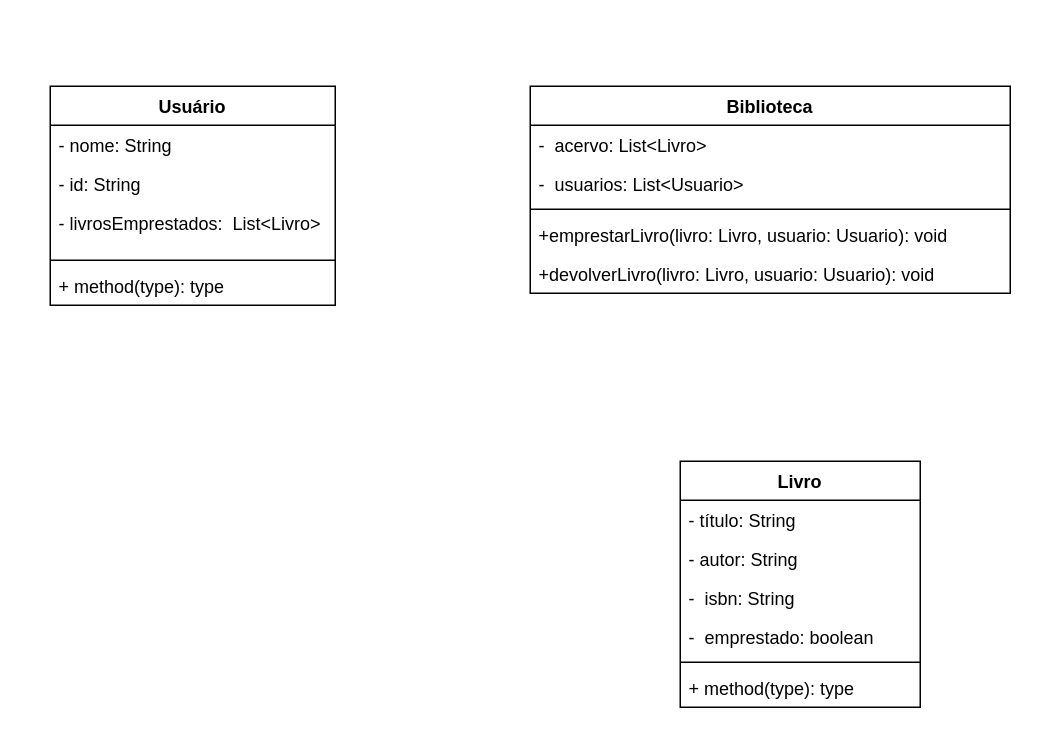
WFMONEIRO/TESTE keeps this draw.io diagram as Diagrama sem nome.drawio. Above is the earlier version. Source tidied: cells renumbered, new cells numbered last; positions are measured from the earlier drawing's top-left corner, leaving out a move shared by most shapes. Both pictures are drawn from the tidied source at 150%, with x=0, y=0 at pixel (50, 86).
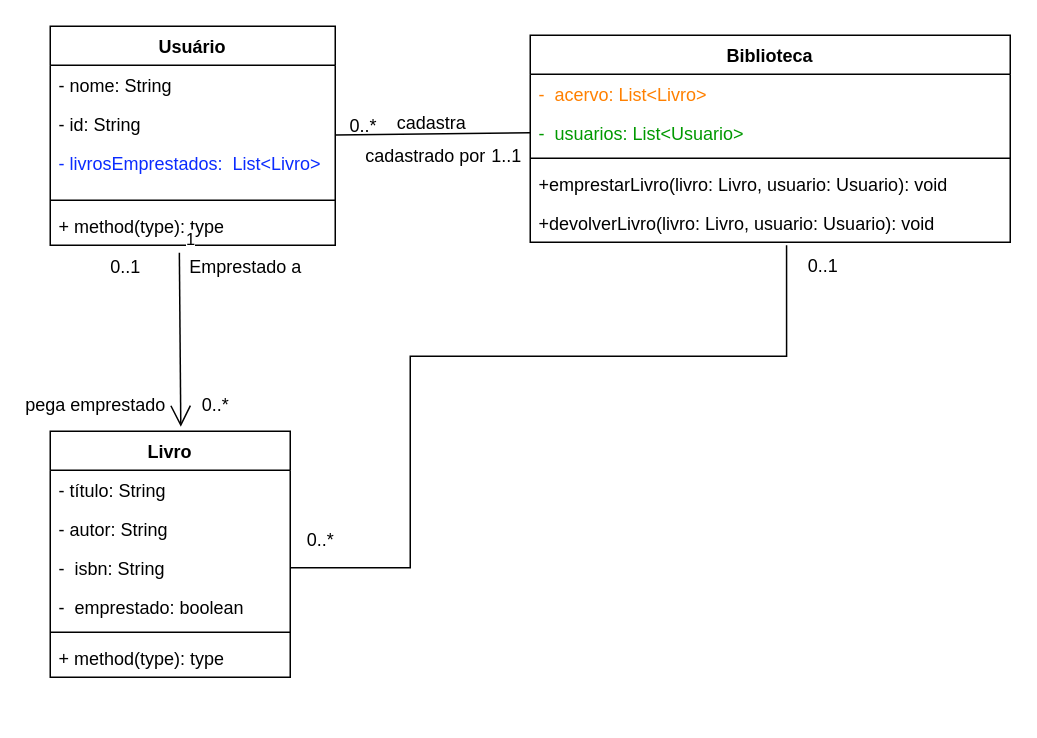
The same page after the edit.

Commit message:
Biblioteca poo

Unchanged cells that the change refers to:
```xml
<mxCell id="7" value="+ method(type): type" style="text;strokeColor=none;fillColor=none;align=left;verticalAlign=top;spacingLeft=4;spacingRight=4;overflow=hidden;points=[[0,0.5],[1,0.5]];portConstraint=eastwest;whiteSpace=wrap;html=1;" parent="2" vertex="1">
  <mxGeometry y="120" width="190" height="26" as="geometry" />
</mxCell>
<mxCell id="13" value="+devolverLivro(livro: Livro, usuario: Usuario): void" style="text;strokeColor=none;fillColor=none;align=left;verticalAlign=top;spacingLeft=4;spacingRight=4;overflow=hidden;points=[[0,0.5],[1,0.5]];portConstraint=eastwest;whiteSpace=wrap;html=1;" parent="8" vertex="1">
  <mxGeometry y="112" width="320" height="26" as="geometry" />
</mxCell>
<mxCell id="17" value="-&amp;nbsp; isbn: String" style="text;strokeColor=none;fillColor=none;align=left;verticalAlign=top;spacingLeft=4;spacingRight=4;overflow=hidden;points=[[0,0.5],[1,0.5]];portConstraint=eastwest;whiteSpace=wrap;html=1;" parent="14" vertex="1">
  <mxGeometry y="78" width="160" height="26" as="geometry" />
</mxCell>
```

The edit, as a diff of the source:
```diff
@@
     <mxCell id="2" value="Usuário" style="swimlane;fontStyle=1;align=center;verticalAlign=top;horizontal=1;startSize=26;whiteSpace=wrap;html=1;" parent="1" vertex="1">
-      <mxGeometry width="190" height="146" as="geometry" />
+      <mxGeometry y="-40" width="190" height="146" as="geometry" />
     </mxCell>
@@
-    <mxCell id="5" value="- livrosEmprestados:&amp;nbsp; List&amp;lt;Livro&amp;gt;" style="text;strokeColor=none;fillColor=none;align=left;verticalAlign=top;spacingLeft=4;spacingRight=4;overflow=hidden;whiteSpace=wrap;html=1;" parent="2" vertex="1">
+    <mxCell id="5" value="- livrosEmprestados:&amp;nbsp; List&amp;lt;Livro&amp;gt;" style="text;align=left;verticalAlign=top;spacingLeft=4;spacingRight=4;overflow=hidden;whiteSpace=wrap;html=1;fontColor=#0A2BFF;" parent="2" vertex="1">
       <mxGeometry y="78" width="190" height="34" as="geometry" />
     </mxCell>
@@
     <mxCell id="8" value="Biblioteca" style="swimlane;fontStyle=1;align=center;verticalAlign=top;horizontal=1;startSize=26;whiteSpace=wrap;html=1;" parent="1" vertex="1">
-      <mxGeometry x="320" width="320" height="138" as="geometry" />
+      <mxGeometry x="320" y="-34" width="320" height="138" as="geometry" />
     </mxCell>
-    <mxCell id="9" value="-&amp;nbsp; acervo: List&amp;lt;Livro&amp;gt;" style="text;strokeColor=none;fillColor=none;align=left;verticalAlign=top;spacingLeft=4;spacingRight=4;overflow=hidden;whiteSpace=wrap;html=1;" parent="8" vertex="1">
+    <mxCell id="9" value="-&amp;nbsp; acervo: List&amp;lt;Livro&amp;gt;" style="text;strokeColor=none;fillColor=none;align=left;verticalAlign=top;spacingLeft=4;spacingRight=4;overflow=hidden;whiteSpace=wrap;html=1;fontColor=#FF8000;" parent="8" vertex="1">
       <mxGeometry y="26" width="320" height="26" as="geometry" />
     </mxCell>
-    <mxCell id="10" value="-&amp;nbsp; usuarios: List&amp;lt;Usuario&amp;gt;" style="text;strokeColor=none;fillColor=none;align=left;verticalAlign=top;spacingLeft=4;spacingRight=4;overflow=hidden;points=[[0,0.5],[1,0.5]];portConstraint=eastwest;whiteSpace=wrap;html=1;" parent="8" vertex="1">
+    <mxCell id="10" value="-&amp;nbsp; usuarios: List&amp;lt;Usuario&amp;gt;" style="text;strokeColor=none;fillColor=none;align=left;verticalAlign=top;spacingLeft=4;spacingRight=4;overflow=hidden;points=[[0,0.5],[1,0.5]];portConstraint=eastwest;whiteSpace=wrap;html=1;fontColor=#009900;" parent="8" vertex="1">
       <mxGeometry y="52" width="320" height="26" as="geometry" />
     </mxCell>
@@
     <mxCell id="14" value="Livro" style="swimlane;fontStyle=1;align=center;verticalAlign=top;horizontal=1;startSize=26;whiteSpace=wrap;html=1;" parent="1" vertex="1">
-      <mxGeometry x="420" y="250" width="160" height="164" as="geometry" />
+      <mxGeometry y="230" width="160" height="164" as="geometry" />
     </mxCell>
@@
+    <mxCell id="21" value="1" style="endArrow=open;html=1;endSize=12;startArrow=none;startSize=14;startFill=0;align=left;verticalAlign=bottom;rounded=0;exitX=0.453;exitY=1.192;exitDx=0;exitDy=0;exitPerimeter=0;entryX=0.544;entryY=-0.018;entryDx=0;entryDy=0;entryPerimeter=0;endFill=0;strokeWidth=1;" parent="1" edge="1" source="7" target="14">
+      <mxGeometry x="-1" y="3" relative="1" as="geometry" />
+    </mxCell>
+    <mxCell id="22" value="Emprestado a" style="text;html=1;align=center;verticalAlign=middle;strokeColor=none;fillColor=none;" parent="1" vertex="1">
+      <mxGeometry x="80" y="106" width="100" height="30" as="geometry" />
+    </mxCell>
+    <mxCell id="23" value="&lt;span style=&quot;font-weight: normal;&quot;&gt;pega emprestado&lt;/span&gt;" style="text;align=center;fontStyle=1;verticalAlign=middle;spacingLeft=3;spacingRight=3;strokeColor=none;html=1;" parent="1" vertex="1">
+      <mxGeometry x="-10" y="200" width="80" height="26" as="geometry" />
+    </mxCell>
+    <mxCell id="24" value="0..*" style="text;html=1;align=center;verticalAlign=middle;strokeColor=none;fillColor=none;" parent="1" vertex="1">
+      <mxGeometry x="90" y="198" width="40" height="30" as="geometry" />
+    </mxCell>
+    <mxCell id="25" value="0..1" style="text;html=1;align=center;verticalAlign=middle;strokeColor=none;fillColor=none;" parent="1" vertex="1">
+      <mxGeometry x="30" y="106" width="40" height="30" as="geometry" />
+    </mxCell>
+    <mxCell id="26" style="endArrow=none;startArrow=none;endFill=0;startFill=0;html=1;rounded=0;exitX=0.995;exitY=0.808;exitDx=0;exitDy=0;exitPerimeter=0;entryX=0;entryY=0.5;entryDx=0;entryDy=0;" parent="1" edge="1" target="10">
+      <mxGeometry relative="1" as="geometry">
+        <mxPoint x="190" y="32.5" as="sourcePoint" />
+      </mxGeometry>
+    </mxCell>
+    <mxCell id="27" style="rounded=0;jettySize=auto;html=1;exitX=0.534;exitY=1.077;exitDx=0;exitDy=0;entryX=1;entryY=0.5;entryDx=0;entryDy=0;exitPerimeter=0;edgeStyle=orthogonalEdgeStyle;elbow=vertical;endArrow=none;endFill=0;" parent="1" edge="1" source="13" target="17">
+      <mxGeometry relative="1" as="geometry">
+        <Array as="points">
+          <mxPoint x="491" y="180" />
+          <mxPoint x="240" y="180" />
+          <mxPoint x="240" y="321" />
+        </Array>
+      </mxGeometry>
+    </mxCell>
+    <mxCell id="28" value="0..*" style="text;html=1;align=center;verticalAlign=middle;whiteSpace=wrap;rounded=0;" parent="1" vertex="1">
+      <mxGeometry x="179" y="12" width="60" height="30" as="geometry" />
+    </mxCell>
+    <mxCell id="29" value="0..*" style="text;html=1;align=center;verticalAlign=middle;strokeColor=none;fillColor=none;" parent="1" vertex="1">
+      <mxGeometry x="160" y="288" width="40" height="30" as="geometry" />
+    </mxCell>
+    <mxCell id="30" value="0..1" style="text;html=1;align=center;verticalAlign=middle;strokeColor=none;fillColor=none;" parent="1" vertex="1">
+      <mxGeometry x="495" y="105" width="40" height="30" as="geometry" />
+    </mxCell>
+    <mxCell id="31" value="cadastra" style="text;html=1;align=center;verticalAlign=middle;strokeColor=none;fillColor=none;" parent="1" vertex="1">
+      <mxGeometry x="219" y="10" width="70" height="30" as="geometry" />
+    </mxCell>
+    <mxCell id="32" value="1..1" style="text;html=1;align=center;verticalAlign=middle;strokeColor=none;fillColor=none;" parent="1" vertex="1">
+      <mxGeometry x="284" y="32" width="40" height="30" as="geometry" />
+    </mxCell>
+    <mxCell id="33" value="cadastrado por" style="text;html=1;align=center;verticalAlign=middle;strokeColor=none;fillColor=none;" parent="1" vertex="1">
+      <mxGeometry x="200" y="32" width="100" height="30" as="geometry" />
+    </mxCell>
```
